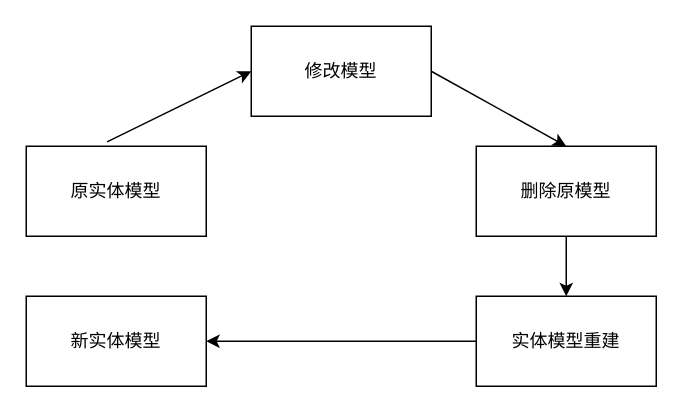
Before: 模型设计.drawio in liuhuliuhu123/algorithms, a draw.io diagram. Source tidied: cells renumbered, new cells numbered last; positions are measured from the earlier drawing's top-left corner, leaving out a move shared by most shapes. Both pictures are drawn from the tidied source at 150%, with x=0, y=0 at pixel (26, 26).
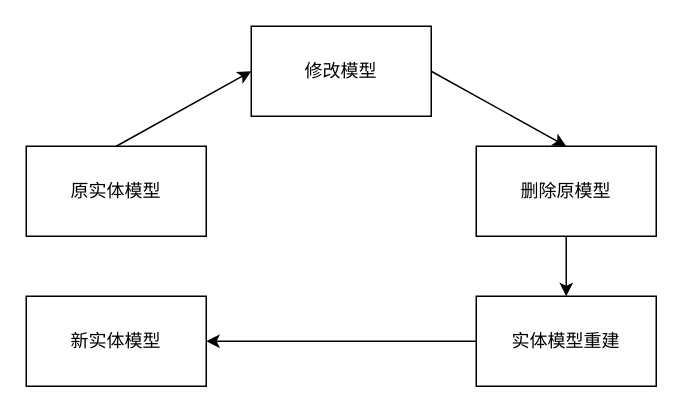
Above is the later version.

Commit message:
更新模型设计.drawio

What changed in the source:
```diff
@@
 <mxGraphModel>
   <root>
     <mxCell id="0" />
     <mxCell id="1" parent="0" />
     <mxCell id="2" value="原实体模型" style="rounded=0;whiteSpace=wrap;html=1;" parent="1" vertex="1">
       <mxGeometry y="80" width="120" height="60" as="geometry" />
     </mxCell>
     <mxCell id="3" value="修改模型" style="rounded=0;whiteSpace=wrap;html=1;" parent="1" vertex="1">
       <mxGeometry x="150" width="120" height="60" as="geometry" />
     </mxCell>
     <mxCell id="4" value="删除原模型" style="rounded=0;whiteSpace=wrap;html=1;" parent="1" vertex="1">
       <mxGeometry x="300" y="80" width="120" height="60" as="geometry" />
     </mxCell>
     <mxCell id="5" value="实体模型重建" style="rounded=0;whiteSpace=wrap;html=1;" parent="1" vertex="1">
       <mxGeometry x="300" y="180" width="120" height="60" as="geometry" />
     </mxCell>
     <mxCell id="6" value="新实体模型" style="rounded=0;whiteSpace=wrap;html=1;" parent="1" vertex="1">
       <mxGeometry y="180" width="120" height="60" as="geometry" />
     </mxCell>
-    <mxCell id="7" style="endArrow=classic;html=1;rounded=0;exitX=0.449;exitY=-0.048;exitDx=0;exitDy=0;exitPerimeter=0;entryX=0;entryY=0.5;entryDx=0;entryDy=0;" parent="1" edge="1" source="2" target="3">
+    <mxCell id="7" style="endArrow=classic;html=1;rounded=0;exitX=0.5;exitY=0;exitDx=0;exitDy=0;entryX=0;entryY=0.5;entryDx=0;entryDy=0;" parent="1" edge="1" source="2" target="3">
       <mxGeometry relative="1" as="geometry" />
     </mxCell>
     <mxCell id="8" style="endArrow=classic;html=1;rounded=0;exitX=1;exitY=0.5;exitDx=0;exitDy=0;entryX=0.5;entryY=0;entryDx=0;entryDy=0;" parent="1" edge="1" source="3" target="4">
       <mxGeometry relative="1" as="geometry" />
     </mxCell>
     <mxCell id="9" style="endArrow=classic;html=1;rounded=0;exitX=0.5;exitY=1;exitDx=0;exitDy=0;entryX=0.5;entryY=0;entryDx=0;entryDy=0;" parent="1" edge="1" source="4" target="5">
       <mxGeometry relative="1" as="geometry" />
     </mxCell>
     <mxCell id="10" style="endArrow=classic;html=1;rounded=0;exitX=0;exitY=0.5;exitDx=0;exitDy=0;entryX=1;entryY=0.5;entryDx=0;entryDy=0;" parent="1" edge="1" source="5" target="6">
       <mxGeometry relative="1" as="geometry" />
     </mxCell>
   </root>
 </mxGraphModel>
```
